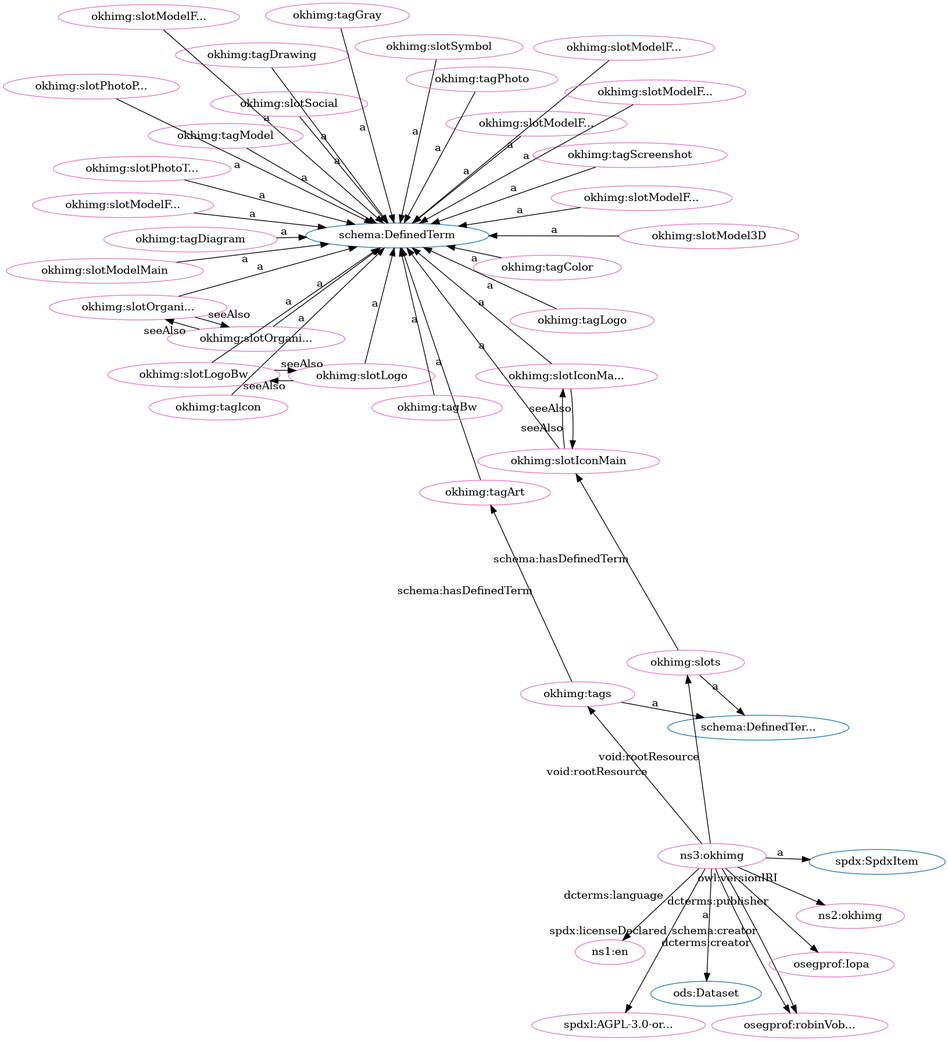
Before: src/spec/fdp_okh-img.png, a diagram exported from Graphviz (iop-alliance/OpenKnowHow). Its source is kept beside it as src/spec/fdp_okh-img.dot.
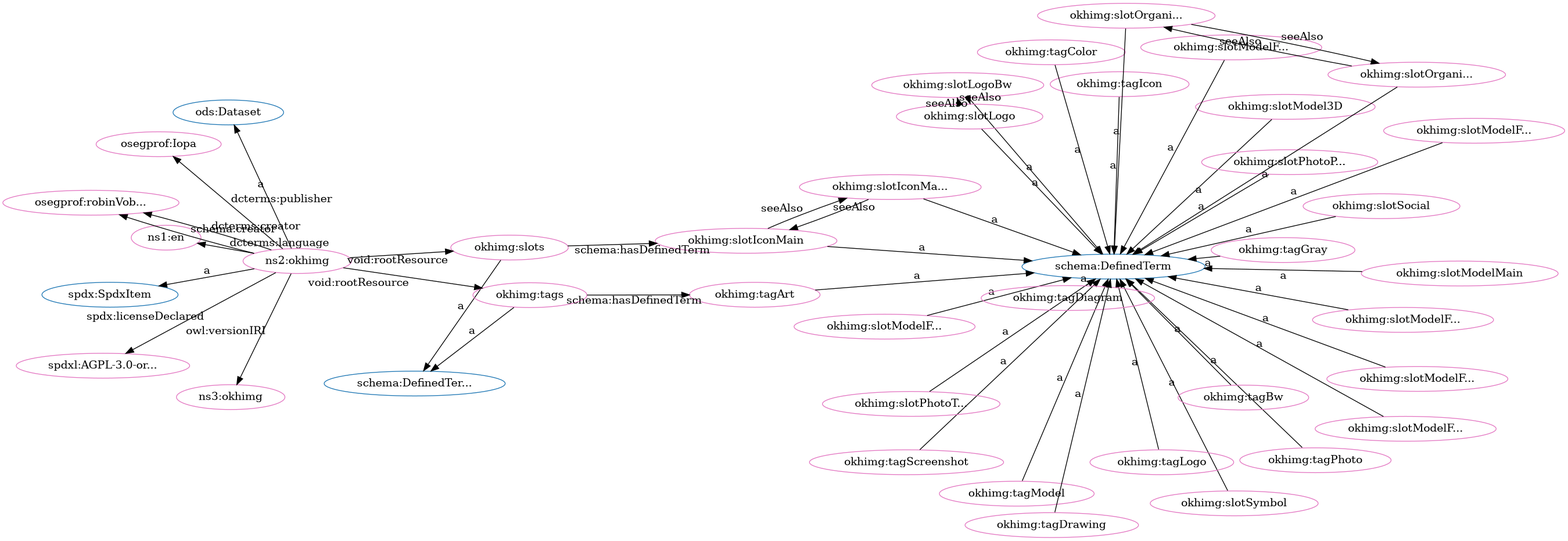
Later version of the same file.

Diff of the diagram source:
```diff
@@ -3,92 +3,92 @@
   node[height=.3]
 "http://schema.org/DefinedTermSet" [fillcolor="#1f77b4" color="#1f77b4" label="schema:DefinedTer..."]
 "http://schema.org/DefinedTerm" [fillcolor="#1f77b4" color="#1f77b4" label="schema:DefinedTerm"]
+"http://spdx.org/rdf/terms#SpdxItem" [fillcolor="#1f77b4" color="#1f77b4" label="spdx:SpdxItem"]
 "http://w3id.org/oseg/ont/ods#Dataset" [fillcolor="#1f77b4" color="#1f77b4" label="ods:Dataset"]
-"http://spdx.org/rdf/terms#SpdxItem" [fillcolor="#1f77b4" color="#1f77b4" label="spdx:SpdxItem"]
+"http://w3id.org/oseg/ont/okhimg#slotModelFromBack" [fillcolor="#e377c2" color="#e377c2" label="okhimg:slotModelF..."]
+"http://w3id.org/oseg/ont/okhimg#slots" [fillcolor="#e377c2" color="#e377c2" label="okhimg:slots"]
+"http://id.loc.gov/vocabulary/iso639-1/en" [fillcolor="#e377c2" color="#e377c2" label="ns1:en"]
+"http://w3id.org/oseg/ont/okhimg#tagArt" [fillcolor="#e377c2" color="#e377c2" label="okhimg:tagArt"]
+"http://w3id.org/oseg/ont/okhimg#tagIcon" [fillcolor="#e377c2" color="#e377c2" label="okhimg:tagIcon"]
+"http://w3id.org/oseg/ont/okhimg#slotModel3D" [fillcolor="#e377c2" color="#e377c2" label="okhimg:slotModel3D"]
 "http://w3id.org/oseg/ont/okhimg#slotSymbol" [fillcolor="#e377c2" color="#e377c2" label="okhimg:slotSymbol"]
-"http://w3id.org/oseg/ont/okhimg#slotModel3D" [fillcolor="#e377c2" color="#e377c2" label="okhimg:slotModel3D"]
-"http://w3id.org/oseg/ont/okhimg#slotModelMain" [fillcolor="#e377c2" color="#e377c2" label="okhimg:slotModelMain"]
+"http://w3id.org/oseg/ont/okhimg#slotModelFromLeft" [fillcolor="#e377c2" color="#e377c2" label="okhimg:slotModelF..."]
+"http://w3id.org/oseg/ont/okhimg" [fillcolor="#e377c2" color="#e377c2" label="ns2:okhimg"]
+"http://w3id.org/oseg/ont/okhimg#slotIconMain" [fillcolor="#e377c2" color="#e377c2" label="okhimg:slotIconMain"]
+"http://w3id.org/oseg/ont/okhimg#tagGray" [fillcolor="#e377c2" color="#e377c2" label="okhimg:tagGray"]
+"http://w3id.org/oseg/ont/oseg-profiles#Iopa" [fillcolor="#e377c2" color="#e377c2" label="osegprof:Iopa"]
+"http://w3id.org/oseg/ont/okhimg#slotPhotoPackaging" [fillcolor="#e377c2" color="#e377c2" label="okhimg:slotPhotoP..."]
+"http://w3id.org/oseg/ont/okhimg#slotModelFromBelow" [fillcolor="#e377c2" color="#e377c2" label="okhimg:slotModelF..."]
+"http://w3id.org/oseg/ont/okhimg#tags" [fillcolor="#e377c2" color="#e377c2" label="okhimg:tags"]
 "http://w3id.org/oseg/ont/oseg-profiles#robinVobruba" [fillcolor="#e377c2" color="#e377c2" label="osegprof:robinVob..."]
-"http://w3id.org/oseg/ont/okhimg#tagIcon" [fillcolor="#e377c2" color="#e377c2" label="okhimg:tagIcon"]
 "http://w3id.org/oseg/ont/okhimg#slotIconMainBw" [fillcolor="#e377c2" color="#e377c2" label="okhimg:slotIconMa..."]
-"http://w3id.org/oseg/ont/okhimg#slots" [fillcolor="#e377c2" color="#e377c2" label="okhimg:slots"]
-"http://w3id.org/oseg/ont/okhimg#tagDrawing" [fillcolor="#e377c2" color="#e377c2" label="okhimg:tagDrawing"]
-"http://w3id.org/oseg/ont/okhimg#slotPhotoThingMain" [fillcolor="#e377c2" color="#e377c2" label="okhimg:slotPhotoT..."]
-"http://id.loc.gov/vocabulary/iso639-1/en" [fillcolor="#e377c2" color="#e377c2" label="ns1:en"]
-"http://w3id.org/oseg/ont/okhimg#slotOrganizationLogoBw" [fillcolor="#e377c2" color="#e377c2" label="okhimg:slotOrgani..."]
+"http://w3id.org/oseg/ont/okhimg#tagPhoto" [fillcolor="#e377c2" color="#e377c2" label="okhimg:tagPhoto"]
 "http://w3id.org/oseg/ont/okhimg#slotLogoBw" [fillcolor="#e377c2" color="#e377c2" label="okhimg:slotLogoBw"]
 "http://spdx.org/licenses/AGPL-3.0-or-later" [fillcolor="#e377c2" color="#e377c2" label="spdxl:AGPL-3.0-or..."]
-"http://w3id.org/oseg/ont/okhimg#slotModelFromBelow" [fillcolor="#e377c2" color="#e377c2" label="okhimg:slotModelF..."]
-"http://w3id.org/oseg/ont/okhimg#tags" [fillcolor="#e377c2" color="#e377c2" label="okhimg:tags"]
-"http://w3id.org/oseg/ont/okhimg#tagArt" [fillcolor="#e377c2" color="#e377c2" label="okhimg:tagArt"]
 "http://w3id.org/oseg/ont/okhimg#slotModelFromAbove" [fillcolor="#e377c2" color="#e377c2" label="okhimg:slotModelF..."]
+"http://w3id.org/oseg/ont/okhimg#slotModelFromRight" [fillcolor="#e377c2" color="#e377c2" label="okhimg:slotModelF..."]
+"http://w3id.org/oseg/ont/okhimg#tagModel" [fillcolor="#e377c2" color="#e377c2" label="okhimg:tagModel"]
+"http://w3id.org/oseg/ont/0.1.0/okhimg" [fillcolor="#e377c2" color="#e377c2" label="ns3:okhimg"]
+"http://w3id.org/oseg/ont/okhimg#slotModelMain" [fillcolor="#e377c2" color="#e377c2" label="okhimg:slotModelMain"]
+"http://w3id.org/oseg/ont/okhimg#slotOrganizationLogoBw" [fillcolor="#e377c2" color="#e377c2" label="okhimg:slotOrgani..."]
+"http://w3id.org/oseg/ont/okhimg#slotLogo" [fillcolor="#e377c2" color="#e377c2" label="okhimg:slotLogo"]
 "http://w3id.org/oseg/ont/okhimg#tagColor" [fillcolor="#e377c2" color="#e377c2" label="okhimg:tagColor"]
+"http://w3id.org/oseg/ont/okhimg#tagBw" [fillcolor="#e377c2" color="#e377c2" label="okhimg:tagBw"]
+"http://w3id.org/oseg/ont/okhimg#slotOrganizationLogo" [fillcolor="#e377c2" color="#e377c2" label="okhimg:slotOrgani..."]
+"http://w3id.org/oseg/ont/okhimg#tagScreenshot" [fillcolor="#e377c2" color="#e377c2" label="okhimg:tagScreenshot"]
+"http://w3id.org/oseg/ont/okhimg#slotPhotoThingMain" [fillcolor="#e377c2" color="#e377c2" label="okhimg:slotPhotoT..."]
+"http://w3id.org/oseg/ont/okhimg#slotModelFromFront" [fillcolor="#e377c2" color="#e377c2" label="okhimg:slotModelF..."]
+"http://w3id.org/oseg/ont/okhimg#tagLogo" [fillcolor="#e377c2" color="#e377c2" label="okhimg:tagLogo"]
+"http://w3id.org/oseg/ont/okhimg#slotSocial" [fillcolor="#e377c2" color="#e377c2" label="okhimg:slotSocial"]
 "http://w3id.org/oseg/ont/okhimg#tagDiagram" [fillcolor="#e377c2" color="#e377c2" label="okhimg:tagDiagram"]
-"http://w3id.org/oseg/ont/okhimg#tagScreenshot" [fillcolor="#e377c2" color="#e377c2" label="okhimg:tagScreenshot"]
-"http://w3id.org/oseg/ont/okhimg#slotModelFromLeft" [fillcolor="#e377c2" color="#e377c2" label="okhimg:slotModelF..."]
-"http://w3id.org/oseg/ont/okhimg#tagModel" [fillcolor="#e377c2" color="#e377c2" label="okhimg:tagModel"]
-"http://w3id.org/oseg/ont/okhimg#slotOrganizationLogo" [fillcolor="#e377c2" color="#e377c2" label="okhimg:slotOrgani..."]
-"http://w3id.org/oseg/ont/okhimg#slotIconMain" [fillcolor="#e377c2" color="#e377c2" label="okhimg:slotIconMain"]
-"http://w3id.org/oseg/ont/okhimg#tagBw" [fillcolor="#e377c2" color="#e377c2" label="okhimg:tagBw"]
-"http://w3id.org/oseg/ont/okhimg#slotPhotoPackaging" [fillcolor="#e377c2" color="#e377c2" label="okhimg:slotPhotoP..."]
-"http://w3id.org/oseg/ont/0.1.0/okhimg" [fillcolor="#e377c2" color="#e377c2" label="ns2:okhimg"]
-"http://w3id.org/oseg/ont/okhimg" [fillcolor="#e377c2" color="#e377c2" label="ns3:okhimg"]
-"http://w3id.org/oseg/ont/okhimg#tagLogo" [fillcolor="#e377c2" color="#e377c2" label="okhimg:tagLogo"]
-"http://w3id.org/oseg/ont/okhimg#slotModelFromRight" [fillcolor="#e377c2" color="#e377c2" label="okhimg:slotModelF..."]
-"http://w3id.org/oseg/ont/okhimg#slotModelFromBack" [fillcolor="#e377c2" color="#e377c2" label="okhimg:slotModelF..."]
-"http://w3id.org/oseg/ont/okhimg#tagPhoto" [fillcolor="#e377c2" color="#e377c2" label="okhimg:tagPhoto"]
-"http://w3id.org/oseg/ont/okhimg#slotSocial" [fillcolor="#e377c2" color="#e377c2" label="okhimg:slotSocial"]
-"http://w3id.org/oseg/ont/okhimg#tagGray" [fillcolor="#e377c2" color="#e377c2" label="okhimg:tagGray"]
-"http://w3id.org/oseg/ont/okhimg#slotModelFromFront" [fillcolor="#e377c2" color="#e377c2" label="okhimg:slotModelF..."]
-"http://w3id.org/oseg/ont/oseg-profiles#Iopa" [fillcolor="#e377c2" color="#e377c2" label="osegprof:Iopa"]
-"http://w3id.org/oseg/ont/okhimg#slotLogo" [fillcolor="#e377c2" color="#e377c2" label="okhimg:slotLogo"]
+"http://w3id.org/oseg/ont/okhimg#tagDrawing" [fillcolor="#e377c2" color="#e377c2" label="okhimg:tagDrawing"]
+  "http://w3id.org/oseg/ont/okhimg#slotModelFromBack" -> "http://schema.org/DefinedTerm" [label="a"]
+  "http://w3id.org/oseg/ont/okhimg" -> "http://w3id.org/oseg/ont/okhimg#slots" [label="void:rootResource"]
+  "http://w3id.org/oseg/ont/okhimg#tagArt" -> "http://schema.org/DefinedTerm" [label="a"]
+  "http://w3id.org/oseg/ont/okhimg" -> "http://id.loc.gov/vocabulary/iso639-1/en" [label="dcterms:language"]
+  "http://w3id.org/oseg/ont/okhimg#tagIcon" -> "http://schema.org/DefinedTerm" [label="a"]
+  "http://w3id.org/oseg/ont/okhimg#slotModel3D" -> "http://schema.org/DefinedTerm" [label="a"]
   "http://w3id.org/oseg/ont/okhimg#slotSymbol" -> "http://schema.org/DefinedTerm" [label="a"]
-  "http://w3id.org/oseg/ont/okhimg#slotModel3D" -> "http://schema.org/DefinedTerm" [label="a"]
+  "http://w3id.org/oseg/ont/okhimg#slotModelFromLeft" -> "http://schema.org/DefinedTerm" [label="a"]
+  "http://w3id.org/oseg/ont/okhimg" -> "http://w3id.org/oseg/ont/ods#Dataset" [label="a"]
+  "http://w3id.org/oseg/ont/okhimg#slotIconMain" -> "http://schema.org/DefinedTerm" [label="a"]
+  "http://w3id.org/oseg/ont/okhimg#tagGray" -> "http://schema.org/DefinedTerm" [label="a"]
+  "http://w3id.org/oseg/ont/okhimg#slots" -> "http://schema.org/DefinedTermSet" [label="a"]
+  "http://w3id.org/oseg/ont/okhimg" -> "http://w3id.org/oseg/ont/oseg-profiles#Iopa" [label="dcterms:publisher"]
+  "http://w3id.org/oseg/ont/okhimg#slotPhotoPackaging" -> "http://schema.org/DefinedTerm" [label="a"]
+  "http://w3id.org/oseg/ont/okhimg#slotModelFromBelow" -> "http://schema.org/DefinedTerm" [label="a"]
+  "http://w3id.org/oseg/ont/okhimg#tags" -> "http://schema.org/DefinedTermSet" [label="a"]
+  "http://w3id.org/oseg/ont/okhimg" -> "http://w3id.org/oseg/ont/oseg-profiles#robinVobruba" [label="schema:creator"]
+  "http://w3id.org/oseg/ont/okhimg#slotIconMainBw" -> "http://schema.org/DefinedTerm" [label="a"]
+  "http://w3id.org/oseg/ont/okhimg#slots" -> "http://w3id.org/oseg/ont/okhimg#slotIconMain" [label="schema:hasDefinedTerm"]
+  "http://w3id.org/oseg/ont/okhimg#tagPhoto" -> "http://schema.org/DefinedTerm" [label="a"]
+  "http://w3id.org/oseg/ont/okhimg#slotLogoBw" -> "http://schema.org/DefinedTerm" [label="a"]
+  "http://w3id.org/oseg/ont/okhimg#tags" -> "http://w3id.org/oseg/ont/okhimg#tagArt" [label="schema:hasDefinedTerm"]
+  "http://w3id.org/oseg/ont/okhimg" -> "http://spdx.org/licenses/AGPL-3.0-or-later" [label="spdx:licenseDeclared"]
+  "http://w3id.org/oseg/ont/okhimg#slotModelFromAbove" -> "http://schema.org/DefinedTerm" [label="a"]
+  "http://w3id.org/oseg/ont/okhimg#slotModelFromRight" -> "http://schema.org/DefinedTerm" [label="a"]
+  "http://w3id.org/oseg/ont/okhimg#tagModel" -> "http://schema.org/DefinedTerm" [label="a"]
+  "http://w3id.org/oseg/ont/okhimg" -> "http://w3id.org/oseg/ont/0.1.0/okhimg" [label="owl:versionIRI"]
   "http://w3id.org/oseg/ont/okhimg#slotModelMain" -> "http://schema.org/DefinedTerm" [label="a"]
-  "http://w3id.org/oseg/ont/okhimg" -> "http://w3id.org/oseg/ont/oseg-profiles#robinVobruba" [label="schema:creator"]
-  "http://w3id.org/oseg/ont/okhimg#tagIcon" -> "http://schema.org/DefinedTerm" [label="a"]
+  "http://w3id.org/oseg/ont/okhimg#slotOrganizationLogo" -> "http://w3id.org/oseg/ont/okhimg#slotOrganizationLogoBw" [label="seeAlso"]
   "http://w3id.org/oseg/ont/okhimg#slotIconMain" -> "http://w3id.org/oseg/ont/okhimg#slotIconMainBw" [label="seeAlso"]
-  "http://w3id.org/oseg/ont/okhimg#slots" -> "http://schema.org/DefinedTermSet" [label="a"]
+  "http://w3id.org/oseg/ont/okhimg#slotLogoBw" -> "http://w3id.org/oseg/ont/okhimg#slotLogo" [label="seeAlso"]
+  "http://w3id.org/oseg/ont/okhimg#tagColor" -> "http://schema.org/DefinedTerm" [label="a"]
+  "http://w3id.org/oseg/ont/okhimg#slotLogo" -> "http://schema.org/DefinedTerm" [label="a"]
+  "http://w3id.org/oseg/ont/okhimg#tagBw" -> "http://schema.org/DefinedTerm" [label="a"]
+  "http://w3id.org/oseg/ont/okhimg#slotIconMainBw" -> "http://w3id.org/oseg/ont/okhimg#slotIconMain" [label="seeAlso"]
+  "http://w3id.org/oseg/ont/okhimg#slotOrganizationLogo" -> "http://schema.org/DefinedTerm" [label="a"]
+  "http://w3id.org/oseg/ont/okhimg#tagScreenshot" -> "http://schema.org/DefinedTerm" [label="a"]
+  "http://w3id.org/oseg/ont/okhimg" -> "http://spdx.org/rdf/terms#SpdxItem" [label="a"]
+  "http://w3id.org/oseg/ont/okhimg" -> "http://w3id.org/oseg/ont/oseg-profiles#robinVobruba" [label="dcterms:creator"]
+  "http://w3id.org/oseg/ont/okhimg#slotPhotoThingMain" -> "http://schema.org/DefinedTerm" [label="a"]
+  "http://w3id.org/oseg/ont/okhimg#slotOrganizationLogoBw" -> "http://w3id.org/oseg/ont/okhimg#slotOrganizationLogo" [label="seeAlso"]
+  "http://w3id.org/oseg/ont/okhimg#slotModelFromFront" -> "http://schema.org/DefinedTerm" [label="a"]
+  "http://w3id.org/oseg/ont/okhimg" -> "http://w3id.org/oseg/ont/okhimg#tags" [label="void:rootResource"]
+  "http://w3id.org/oseg/ont/okhimg#tagLogo" -> "http://schema.org/DefinedTerm" [label="a"]
+  "http://w3id.org/oseg/ont/okhimg#slotSocial" -> "http://schema.org/DefinedTerm" [label="a"]
+  "http://w3id.org/oseg/ont/okhimg#tagDiagram" -> "http://schema.org/DefinedTerm" [label="a"]
+  "http://w3id.org/oseg/ont/okhimg#slotOrganizationLogoBw" -> "http://schema.org/DefinedTerm" [label="a"]
   "http://w3id.org/oseg/ont/okhimg#tagDrawing" -> "http://schema.org/DefinedTerm" [label="a"]
-  "http://w3id.org/oseg/ont/okhimg#slotPhotoThingMain" -> "http://schema.org/DefinedTerm" [label="a"]
-  "http://w3id.org/oseg/ont/okhimg" -> "http://id.loc.gov/vocabulary/iso639-1/en" [label="dcterms:language"]
-  "http://w3id.org/oseg/ont/okhimg#slotOrganizationLogoBw" -> "http://schema.org/DefinedTerm" [label="a"]
   "http://w3id.org/oseg/ont/okhimg#slotLogo" -> "http://w3id.org/oseg/ont/okhimg#slotLogoBw" [label="seeAlso"]
-  "http://w3id.org/oseg/ont/okhimg" -> "http://spdx.org/licenses/AGPL-3.0-or-later" [label="spdx:licenseDeclared"]
-  "http://w3id.org/oseg/ont/okhimg#slotModelFromBelow" -> "http://schema.org/DefinedTerm" [label="a"]
-  "http://w3id.org/oseg/ont/okhimg#slotLogoBw" -> "http://schema.org/DefinedTerm" [label="a"]
-  "http://w3id.org/oseg/ont/okhimg#slotOrganizationLogo" -> "http://w3id.org/oseg/ont/okhimg#slotOrganizationLogoBw" [label="seeAlso"]
-  "http://w3id.org/oseg/ont/okhimg" -> "http://w3id.org/oseg/ont/okhimg#tags" [label="void:rootResource"]
-  "http://w3id.org/oseg/ont/okhimg#slotIconMainBw" -> "http://schema.org/DefinedTerm" [label="a"]
-  "http://w3id.org/oseg/ont/okhimg#tags" -> "http://w3id.org/oseg/ont/okhimg#tagArt" [label="schema:hasDefinedTerm"]
-  "http://w3id.org/oseg/ont/okhimg#slotModelFromAbove" -> "http://schema.org/DefinedTerm" [label="a"]
-  "http://w3id.org/oseg/ont/okhimg#tagColor" -> "http://schema.org/DefinedTerm" [label="a"]
-  "http://w3id.org/oseg/ont/okhimg" -> "http://w3id.org/oseg/ont/okhimg#slots" [label="void:rootResource"]
-  "http://w3id.org/oseg/ont/okhimg#tagDiagram" -> "http://schema.org/DefinedTerm" [label="a"]
-  "http://w3id.org/oseg/ont/okhimg#tagScreenshot" -> "http://schema.org/DefinedTerm" [label="a"]
-  "http://w3id.org/oseg/ont/okhimg#slotModelFromLeft" -> "http://schema.org/DefinedTerm" [label="a"]
-  "http://w3id.org/oseg/ont/okhimg#tagModel" -> "http://schema.org/DefinedTerm" [label="a"]
-  "http://w3id.org/oseg/ont/okhimg#slotOrganizationLogoBw" -> "http://w3id.org/oseg/ont/okhimg#slotOrganizationLogo" [label="seeAlso"]
-  "http://w3id.org/oseg/ont/okhimg#slots" -> "http://w3id.org/oseg/ont/okhimg#slotIconMain" [label="schema:hasDefinedTerm"]
-  "http://w3id.org/oseg/ont/okhimg#tagBw" -> "http://schema.org/DefinedTerm" [label="a"]
-  "http://w3id.org/oseg/ont/okhimg#slotPhotoPackaging" -> "http://schema.org/DefinedTerm" [label="a"]
-  "http://w3id.org/oseg/ont/okhimg#slotIconMain" -> "http://schema.org/DefinedTerm" [label="a"]
-  "http://w3id.org/oseg/ont/okhimg" -> "http://w3id.org/oseg/ont/0.1.0/okhimg" [label="owl:versionIRI"]
-  "http://w3id.org/oseg/ont/okhimg" -> "http://w3id.org/oseg/ont/ods#Dataset" [label="a"]
-  "http://w3id.org/oseg/ont/okhimg#tagLogo" -> "http://schema.org/DefinedTerm" [label="a"]
-  "http://w3id.org/oseg/ont/okhimg#slotModelFromRight" -> "http://schema.org/DefinedTerm" [label="a"]
-  "http://w3id.org/oseg/ont/okhimg" -> "http://w3id.org/oseg/ont/oseg-profiles#robinVobruba" [label="dcterms:creator"]
-  "http://w3id.org/oseg/ont/okhimg#slotIconMainBw" -> "http://w3id.org/oseg/ont/okhimg#slotIconMain" [label="seeAlso"]
-  "http://w3id.org/oseg/ont/okhimg#slotModelFromBack" -> "http://schema.org/DefinedTerm" [label="a"]
-  "http://w3id.org/oseg/ont/okhimg#tagArt" -> "http://schema.org/DefinedTerm" [label="a"]
-  "http://w3id.org/oseg/ont/okhimg#tagPhoto" -> "http://schema.org/DefinedTerm" [label="a"]
-  "http://w3id.org/oseg/ont/okhimg#slotSocial" -> "http://schema.org/DefinedTerm" [label="a"]
-  "http://w3id.org/oseg/ont/okhimg#tagGray" -> "http://schema.org/DefinedTerm" [label="a"]
-  "http://w3id.org/oseg/ont/okhimg" -> "http://spdx.org/rdf/terms#SpdxItem" [label="a"]
-  "http://w3id.org/oseg/ont/okhimg#slotModelFromFront" -> "http://schema.org/DefinedTerm" [label="a"]
-  "http://w3id.org/oseg/ont/okhimg#tags" -> "http://schema.org/DefinedTermSet" [label="a"]
-  "http://w3id.org/oseg/ont/okhimg" -> "http://w3id.org/oseg/ont/oseg-profiles#Iopa" [label="dcterms:publisher"]
-  "http://w3id.org/oseg/ont/okhimg#slotLogo" -> "http://schema.org/DefinedTerm" [label="a"]
-  "http://w3id.org/oseg/ont/okhimg#slotLogoBw" -> "http://w3id.org/oseg/ont/okhimg#slotLogo" [label="seeAlso"]
-  "http://w3id.org/oseg/ont/okhimg#slotOrganizationLogo" -> "http://schema.org/DefinedTerm" [label="a"]
 }
```
